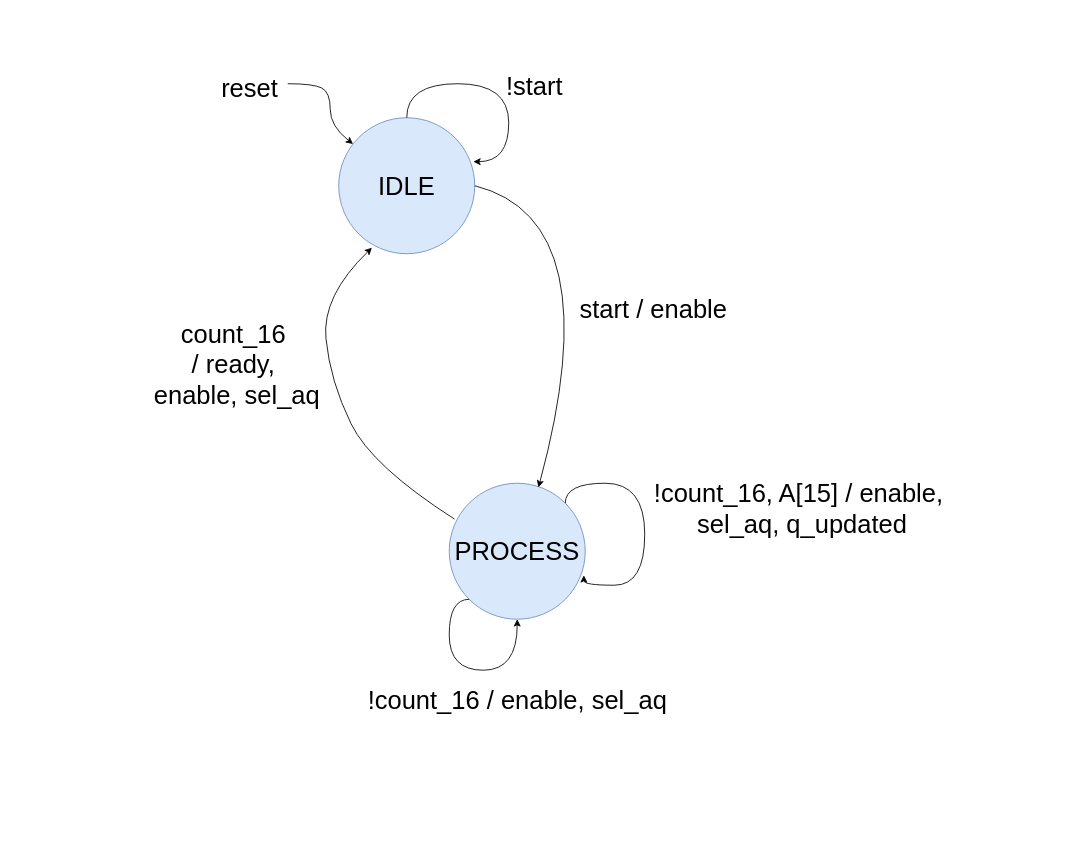
The draw.io diagram Nasir/docs/controller_restoring_division.drawio in medsuet/Xcelerium-IC-Design-Training, before the edit. Source tidied: cells renumbered, new cells numbered last; positions are measured from the earlier drawing's top-left corner, leaving out a move shared by most shapes. Both pictures are drawn from the tidied source at 85%, with x=0, y=0 at pixel (143, 65).
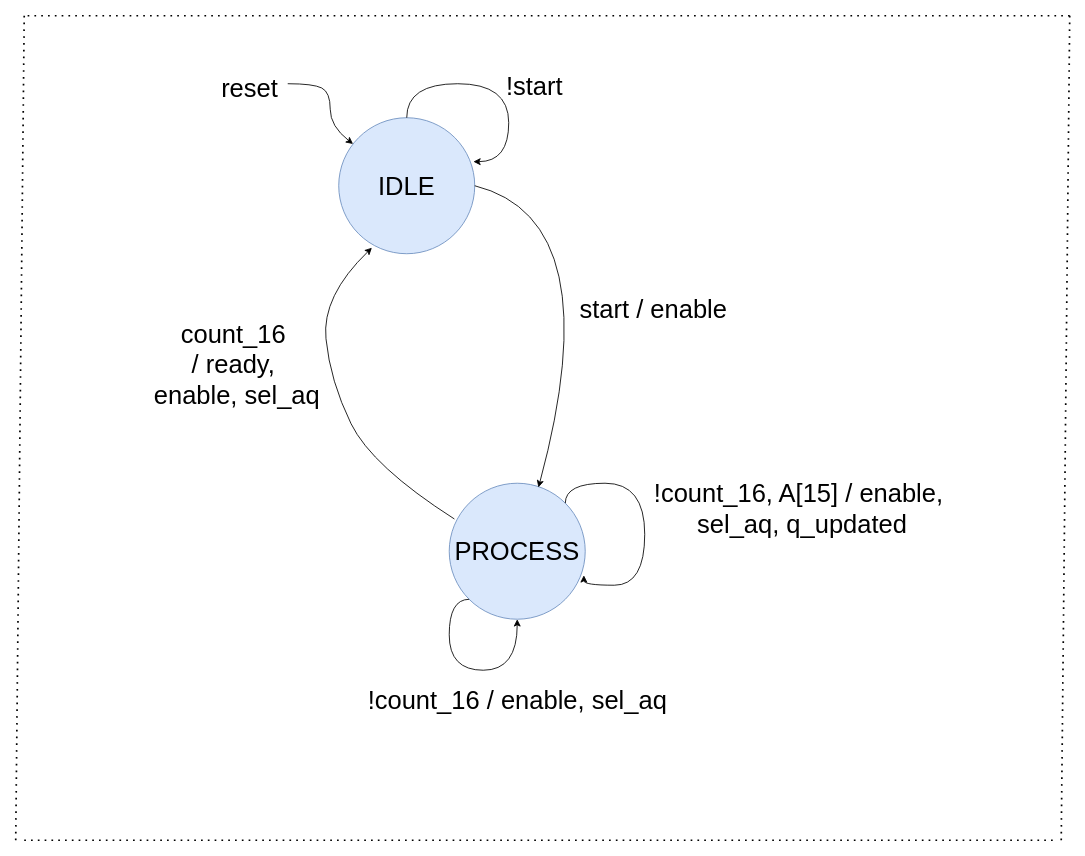
The same diagram, later.

Change to the diagram source:
```diff
@@
+    <mxCell id="16" style="endArrow=none;dashed=1;html=1;dashPattern=1 3;strokeWidth=2;rounded=0;" parent="1" edge="1">
+      <mxGeometry relative="1" as="geometry">
+        <mxPoint x="-150" y="912" as="sourcePoint" />
+        <mxPoint x="-140" y="-58" as="targetPoint" />
+      </mxGeometry>
+    </mxCell>
+    <mxCell id="17" style="endArrow=none;dashed=1;html=1;dashPattern=1 3;strokeWidth=2;rounded=0;" parent="1" edge="1">
+      <mxGeometry relative="1" as="geometry">
+        <mxPoint x="1080" y="912" as="sourcePoint" />
+        <mxPoint x="1090" y="-58" as="targetPoint" />
+      </mxGeometry>
+    </mxCell>
+    <mxCell id="18" style="endArrow=none;dashed=1;html=1;dashPattern=1 3;strokeWidth=2;rounded=0;" parent="1" edge="1">
+      <mxGeometry relative="1" as="geometry">
+        <mxPoint x="1090" y="-58" as="sourcePoint" />
+        <mxPoint x="-140" y="-58" as="targetPoint" />
+      </mxGeometry>
+    </mxCell>
+    <mxCell id="19" style="endArrow=none;dashed=1;html=1;dashPattern=1 3;strokeWidth=2;rounded=0;" parent="1" edge="1">
+      <mxGeometry relative="1" as="geometry">
+        <mxPoint x="1070" y="912" as="sourcePoint" />
+        <mxPoint x="-140" y="912" as="targetPoint" />
+      </mxGeometry>
+    </mxCell>
```
